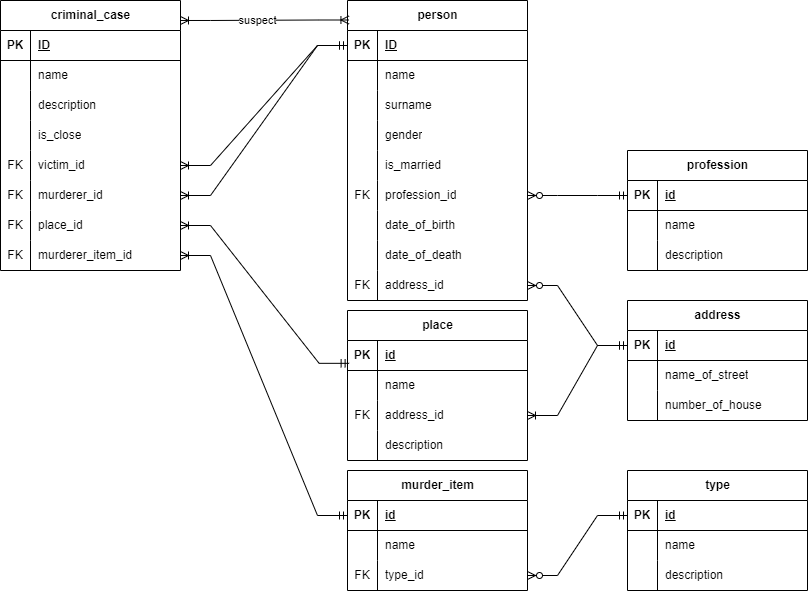
This is 1 year/DataBases/lab1/pictures/info.png from vnikolaenko-dev/ITMO, a draw.io export, as it was before one commit. Source tidied: cells renumbered, new cells last; positions are measured from the earlier drawing's top-left corner, leaving out a move shared by most shapes.
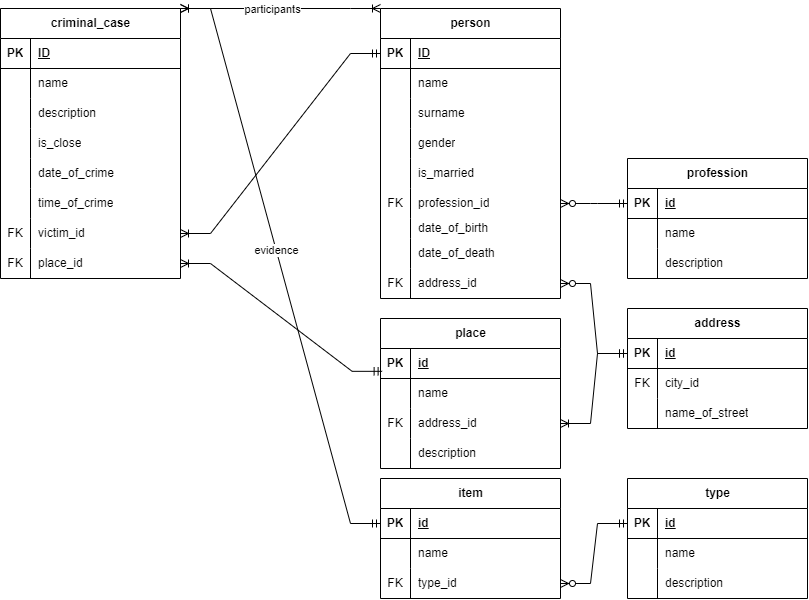
The same file after the commit.

Diff of the diagram source:
```diff
@@ -11,9 +11,6 @@
     <mxCell id="4" style="edgeStyle=entityRelationEdgeStyle;fontSize=12;html=1;endArrow=ERzeroToMany;startArrow=ERmandOne;rounded=0;" parent="1" edge="1" source="57" target="73">
       <mxGeometry relative="1" as="geometry" />
     </mxCell>
-    <mxCell id="5" style="edgeStyle=entityRelationEdgeStyle;fontSize=12;html=1;endArrow=ERoneToMany;startArrow=ERmandOne;rounded=0;exitX=0;exitY=0.5;exitDx=0;exitDy=0;entryX=1;entryY=0.5;entryDx=0;entryDy=0;" parent="1" edge="1" source="67" target="111">
-      <mxGeometry relative="1" as="geometry" />
-    </mxCell>
     <mxCell id="6" style="edgeStyle=entityRelationEdgeStyle;fontSize=12;html=1;endArrow=ERoneToMany;startArrow=ERmandOne;rounded=0;exitX=0.009;exitY=0.761;exitDx=0;exitDy=0;entryX=1;entryY=0.5;entryDx=0;entryDy=0;exitPerimeter=0;" parent="1" edge="1" source="77" target="108">
       <mxGeometry relative="1" as="geometry" />
     </mxCell>
@@ -21,7 +18,7 @@
       <mxGeometry relative="1" as="geometry" />
     </mxCell>
     <mxCell id="8" value="person" style="shape=table;startSize=30;rowLines=0;fontStyle=1;align=center;html=1;" parent="1" vertex="1">
-      <mxGeometry x="347" width="180" height="300" as="geometry" />
+      <mxGeometry x="380" width="180" height="290" as="geometry" />
     </mxCell>
     <mxCell id="9" style="shape=tableRow;horizontal=0;startSize=0;swimlaneHead=0;swimlaneBody=0;fillColor=none;points=[[0,0.5],[1,0.5]];portConstraint=eastwest;top=0;left=0;right=0;bottom=1;" parent="8" vertex="1">
       <mxGeometry y="30" width="180" height="30" as="geometry" />
@@ -78,16 +75,16 @@
       <mxGeometry x="30" width="150" height="30" as="geometry" />
     </mxCell>
     <mxCell id="27" style="shape=tableRow;horizontal=0;startSize=0;swimlaneHead=0;swimlaneBody=0;fillColor=none;top=0;left=0;right=0;bottom=0;" parent="8" vertex="1">
-      <mxGeometry y="210" width="180" height="30" as="geometry" />
+      <mxGeometry y="210" width="180" height="20" as="geometry" />
     </mxCell>
     <mxCell id="28" style="shape=partialRectangle;fillColor=none;top=0;left=0;bottom=0;right=0;overflow=hidden;whiteSpace=wrap;html=1;" parent="27" vertex="1">
-      <mxGeometry width="30" height="30" as="geometry" />
+      <mxGeometry width="30" height="20" as="geometry" />
     </mxCell>
     <mxCell id="29" value="date_of_birth" style="shape=partialRectangle;fillColor=none;top=0;left=0;bottom=0;right=0;align=left;spacingLeft=6;overflow=hidden;whiteSpace=wrap;html=1;" parent="27" vertex="1">
-      <mxGeometry x="30" width="150" height="30" as="geometry" />
+      <mxGeometry x="30" width="150" height="20" as="geometry" />
     </mxCell>
     <mxCell id="30" style="shape=tableRow;horizontal=0;startSize=0;swimlaneHead=0;swimlaneBody=0;fillColor=none;top=0;left=0;right=0;bottom=0;" parent="8" vertex="1">
-      <mxGeometry y="240" width="180" height="30" as="geometry" />
+      <mxGeometry y="230" width="180" height="30" as="geometry" />
     </mxCell>
     <mxCell id="31" style="shape=partialRectangle;fillColor=none;top=0;left=0;bottom=0;right=0;overflow=hidden;whiteSpace=wrap;html=1;" parent="30" vertex="1">
       <mxGeometry width="30" height="30" as="geometry" />
@@ -96,7 +93,7 @@
       <mxGeometry x="30" width="150" height="30" as="geometry" />
     </mxCell>
     <mxCell id="33" style="shape=tableRow;horizontal=0;startSize=0;swimlaneHead=0;swimlaneBody=0;fillColor=none;points=[[0,0.5],[1,0.5]];portConstraint=eastwest;top=0;left=0;right=0;bottom=0;" parent="8" vertex="1">
-      <mxGeometry y="270" width="180" height="30" as="geometry" />
+      <mxGeometry y="260" width="180" height="30" as="geometry" />
     </mxCell>
     <mxCell id="34" value="FK" style="shape=partialRectangle;fillColor=none;top=0;left=0;bottom=0;right=0;overflow=hidden;whiteSpace=wrap;html=1;" parent="33" vertex="1">
       <mxGeometry width="30" height="30" as="geometry" />
@@ -146,8 +143,17 @@
     <mxCell id="49" value="id" style="shape=partialRectangle;fillColor=none;top=0;left=0;bottom=0;right=0;align=left;spacingLeft=6;fontStyle=5;overflow=hidden;whiteSpace=wrap;html=1;" parent="47" vertex="1">
       <mxGeometry x="30" width="150" height="30" as="geometry" />
     </mxCell>
+    <mxCell id="118" style="shape=tableRow;horizontal=0;startSize=0;swimlaneHead=0;swimlaneBody=0;fillColor=none;top=0;left=0;right=0;bottom=0;" parent="46" vertex="1">
+      <mxGeometry y="60" width="180" height="30" as="geometry" />
+    </mxCell>
+    <mxCell id="119" value="FK" style="shape=partialRectangle;fillColor=none;top=0;left=0;bottom=0;right=0;overflow=hidden;whiteSpace=wrap;html=1;" parent="118" vertex="1">
+      <mxGeometry width="30" height="30" as="geometry" />
+    </mxCell>
+    <mxCell id="120" value="city_id" style="shape=partialRectangle;fillColor=none;top=0;left=0;bottom=0;right=0;align=left;spacingLeft=6;overflow=hidden;whiteSpace=wrap;html=1;" parent="118" vertex="1">
+      <mxGeometry x="30" width="150" height="30" as="geometry" />
+    </mxCell>
     <mxCell id="50" style="shape=tableRow;horizontal=0;startSize=0;swimlaneHead=0;swimlaneBody=0;fillColor=none;top=0;left=0;right=0;bottom=0;" parent="46" vertex="1">
-      <mxGeometry y="60" width="180" height="30" as="geometry" />
+      <mxGeometry y="90" width="180" height="30" as="geometry" />
     </mxCell>
     <mxCell id="51" style="shape=partialRectangle;fillColor=none;top=0;left=0;bottom=0;right=0;overflow=hidden;whiteSpace=wrap;html=1;" parent="50" vertex="1">
       <mxGeometry width="30" height="30" as="geometry" />
@@ -155,15 +161,6 @@
     <mxCell id="52" value="name_of_street" style="shape=partialRectangle;fillColor=none;top=0;left=0;bottom=0;right=0;align=left;spacingLeft=6;overflow=hidden;whiteSpace=wrap;html=1;" parent="50" vertex="1">
       <mxGeometry x="30" width="150" height="30" as="geometry" />
     </mxCell>
-    <mxCell id="53" style="shape=tableRow;horizontal=0;startSize=0;swimlaneHead=0;swimlaneBody=0;fillColor=none;top=0;left=0;right=0;bottom=0;" parent="46" vertex="1">
-      <mxGeometry y="90" width="180" height="30" as="geometry" />
-    </mxCell>
-    <mxCell id="54" style="shape=partialRectangle;fillColor=none;top=0;left=0;bottom=0;right=0;overflow=hidden;whiteSpace=wrap;html=1;" parent="53" vertex="1">
-      <mxGeometry width="30" height="30" as="geometry" />
-    </mxCell>
-    <mxCell id="55" value="number_of_house" style="shape=partialRectangle;fillColor=none;top=0;left=0;bottom=0;right=0;align=left;spacingLeft=6;overflow=hidden;whiteSpace=wrap;html=1;" parent="53" vertex="1">
-      <mxGeometry x="30" width="150" height="30" as="geometry" />
-    </mxCell>
     <mxCell id="56" value="type" style="shape=table;startSize=30;rowLines=0;fontStyle=1;align=center;html=1;" parent="1" vertex="1">
       <mxGeometry x="627" y="470" width="180" height="120" as="geometry" />
     </mxCell>
@@ -194,8 +191,8 @@
     <mxCell id="65" value="description" style="shape=partialRectangle;fillColor=none;top=0;left=0;bottom=0;right=0;align=left;spacingLeft=6;overflow=hidden;whiteSpace=wrap;html=1;" parent="63" vertex="1">
       <mxGeometry x="30" width="150" height="30" as="geometry" />
     </mxCell>
-    <mxCell id="66" value="murder_item" style="shape=table;startSize=30;rowLines=0;fontStyle=1;align=center;html=1;" parent="1" vertex="1">
-      <mxGeometry x="347" y="470" width="180" height="120" as="geometry" />
+    <mxCell id="66" value="item" style="shape=table;startSize=30;rowLines=0;fontStyle=1;align=center;html=1;" parent="1" vertex="1">
+      <mxGeometry x="380" y="470" width="180" height="120" as="geometry" />
     </mxCell>
     <mxCell id="67" style="shape=tableRow;horizontal=0;startSize=0;swimlaneHead=0;swimlaneBody=0;fillColor=none;points=[[0,0.5],[1,0.5]];portConstraint=eastwest;top=0;left=0;right=0;bottom=1;" parent="66" vertex="1">
       <mxGeometry y="30" width="180" height="30" as="geometry" />
@@ -225,7 +222,7 @@
       <mxGeometry x="30" width="150" height="30" as="geometry" />
     </mxCell>
     <mxCell id="76" value="place" style="shape=table;startSize=30;rowLines=0;fontStyle=1;align=center;html=1;" parent="1" vertex="1">
-      <mxGeometry x="347" y="310" width="180" height="150" as="geometry" />
+      <mxGeometry x="380" y="310" width="180" height="150" as="geometry" />
     </mxCell>
     <mxCell id="77" style="shape=tableRow;horizontal=0;startSize=0;swimlaneHead=0;swimlaneBody=0;fillColor=none;points=[[0,0.5],[1,0.5]];portConstraint=eastwest;top=0;left=0;right=0;bottom=1;" parent="76" vertex="1">
       <mxGeometry y="30" width="180" height="30" as="geometry" />
@@ -302,8 +299,26 @@
     <mxCell id="101" value="is_close" style="shape=partialRectangle;fillColor=none;top=0;left=0;bottom=0;right=0;align=left;spacingLeft=6;overflow=hidden;whiteSpace=wrap;html=1;" parent="99" vertex="1">
       <mxGeometry x="30" width="150" height="30" as="geometry" />
     </mxCell>
+    <mxCell id="121" style="shape=tableRow;horizontal=0;startSize=0;swimlaneHead=0;swimlaneBody=0;fillColor=none;top=0;left=0;right=0;bottom=0;" parent="89" vertex="1">
+      <mxGeometry y="150" width="180" height="30" as="geometry" />
+    </mxCell>
+    <mxCell id="122" style="shape=partialRectangle;fillColor=none;top=0;left=0;bottom=0;right=0;overflow=hidden;whiteSpace=wrap;html=1;" parent="121" vertex="1">
+      <mxGeometry width="30" height="30" as="geometry" />
+    </mxCell>
+    <mxCell id="123" value="date_of_crime" style="shape=partialRectangle;fillColor=none;top=0;left=0;bottom=0;right=0;align=left;spacingLeft=6;overflow=hidden;whiteSpace=wrap;html=1;" parent="121" vertex="1">
+      <mxGeometry x="30" width="150" height="30" as="geometry" />
+    </mxCell>
+    <mxCell id="105" style="shape=tableRow;horizontal=0;startSize=0;swimlaneHead=0;swimlaneBody=0;fillColor=none;points=[[0,0.5],[1,0.5]];portConstraint=eastwest;top=0;left=0;right=0;bottom=0;" parent="89" vertex="1">
+      <mxGeometry y="180" width="180" height="30" as="geometry" />
+    </mxCell>
+    <mxCell id="124" style="shape=partialRectangle;fillColor=none;top=0;left=0;bottom=0;right=0;overflow=hidden;whiteSpace=wrap;html=1;" parent="105" vertex="1">
+      <mxGeometry width="30" height="30" as="geometry" />
+    </mxCell>
+    <mxCell id="125" value="time_of_crime" style="shape=partialRectangle;fillColor=none;top=0;left=0;bottom=0;right=0;align=left;spacingLeft=6;overflow=hidden;whiteSpace=wrap;html=1;" parent="105" vertex="1">
+      <mxGeometry x="30" width="150" height="30" as="geometry" />
+    </mxCell>
     <mxCell id="102" style="shape=tableRow;horizontal=0;startSize=0;swimlaneHead=0;swimlaneBody=0;fillColor=none;points=[[0,0.5],[1,0.5]];portConstraint=eastwest;top=0;left=0;right=0;bottom=0;" parent="89" vertex="1">
-      <mxGeometry y="150" width="180" height="30" as="geometry" />
+      <mxGeometry y="210" width="180" height="30" as="geometry" />
     </mxCell>
     <mxCell id="103" value="FK" style="shape=partialRectangle;fillColor=none;top=0;left=0;bottom=0;right=0;overflow=hidden;whiteSpace=wrap;html=1;" parent="102" vertex="1">
       <mxGeometry width="30" height="30" as="geometry" />
@@ -311,17 +326,8 @@
     <mxCell id="104" value="victim_id" style="shape=partialRectangle;fillColor=none;top=0;left=0;bottom=0;right=0;align=left;spacingLeft=6;overflow=hidden;whiteSpace=wrap;html=1;" parent="102" vertex="1">
       <mxGeometry x="30" width="150" height="30" as="geometry" />
     </mxCell>
-    <mxCell id="105" style="shape=tableRow;horizontal=0;startSize=0;swimlaneHead=0;swimlaneBody=0;fillColor=none;points=[[0,0.5],[1,0.5]];portConstraint=eastwest;top=0;left=0;right=0;bottom=0;" parent="89" vertex="1">
-      <mxGeometry y="180" width="180" height="30" as="geometry" />
-    </mxCell>
-    <mxCell id="106" value="FK" style="shape=partialRectangle;fillColor=none;top=0;left=0;bottom=0;right=0;overflow=hidden;whiteSpace=wrap;html=1;" parent="105" vertex="1">
-      <mxGeometry width="30" height="30" as="geometry" />
-    </mxCell>
-    <mxCell id="107" value="murderer_id" style="shape=partialRectangle;fillColor=none;top=0;left=0;bottom=0;right=0;align=left;spacingLeft=6;overflow=hidden;whiteSpace=wrap;html=1;" parent="105" vertex="1">
-      <mxGeometry x="30" width="150" height="30" as="geometry" />
-    </mxCell>
     <mxCell id="108" style="shape=tableRow;horizontal=0;startSize=0;swimlaneHead=0;swimlaneBody=0;fillColor=none;points=[[0,0.5],[1,0.5]];portConstraint=eastwest;top=0;left=0;right=0;bottom=0;" parent="89" vertex="1">
-      <mxGeometry y="210" width="180" height="30" as="geometry" />
+      <mxGeometry y="240" width="180" height="30" as="geometry" />
     </mxCell>
     <mxCell id="109" value="FK" style="shape=partialRectangle;fillColor=none;top=0;left=0;bottom=0;right=0;overflow=hidden;whiteSpace=wrap;html=1;" parent="108" vertex="1">
       <mxGeometry width="30" height="30" as="geometry" />
@@ -329,26 +335,24 @@
     <mxCell id="110" value="place_id" style="shape=partialRectangle;fillColor=none;top=0;left=0;bottom=0;right=0;align=left;spacingLeft=6;overflow=hidden;whiteSpace=wrap;html=1;" parent="108" vertex="1">
       <mxGeometry x="30" width="150" height="30" as="geometry" />
     </mxCell>
-    <mxCell id="111" style="shape=tableRow;horizontal=0;startSize=0;swimlaneHead=0;swimlaneBody=0;fillColor=none;points=[[0,0.5],[1,0.5]];portConstraint=eastwest;top=0;left=0;right=0;bottom=0;" parent="89" vertex="1">
-      <mxGeometry y="240" width="180" height="30" as="geometry" />
-    </mxCell>
-    <mxCell id="112" value="FK" style="shape=partialRectangle;fillColor=none;top=0;left=0;bottom=0;right=0;overflow=hidden;whiteSpace=wrap;html=1;" parent="111" vertex="1">
-      <mxGeometry width="30" height="30" as="geometry" />
-    </mxCell>
-    <mxCell id="113" value="murderer_item_id" style="shape=partialRectangle;fillColor=none;top=0;left=0;bottom=0;right=0;align=left;spacingLeft=6;overflow=hidden;whiteSpace=wrap;html=1;" parent="111" vertex="1">
-      <mxGeometry x="30" width="150" height="30" as="geometry" />
-    </mxCell>
     <mxCell id="114" style="edgeStyle=entityRelationEdgeStyle;fontSize=12;html=1;endArrow=ERoneToMany;startArrow=ERmandOne;rounded=0;exitX=0;exitY=0.5;exitDx=0;exitDy=0;entryX=1;entryY=0.5;entryDx=0;entryDy=0;" parent="1" edge="1" source="9" target="102">
       <mxGeometry relative="1" as="geometry" />
     </mxCell>
-    <mxCell id="115" style="edgeStyle=entityRelationEdgeStyle;fontSize=12;html=1;endArrow=ERoneToMany;startArrow=ERmandOne;rounded=0;exitX=0;exitY=0.5;exitDx=0;exitDy=0;entryX=1;entryY=0.5;entryDx=0;entryDy=0;" parent="1" edge="1" source="9" target="105">
-      <mxGeometry relative="1" as="geometry" />
-    </mxCell>
-    <mxCell id="116" style="edgeStyle=entityRelationEdgeStyle;fontSize=12;html=1;endArrow=ERoneToMany;startArrow=ERoneToMany;rounded=0;exitX=1;exitY=0.074;exitDx=0;exitDy=0;exitPerimeter=0;entryX=0.008;entryY=0.065;entryDx=0;entryDy=0;entryPerimeter=0;" parent="1" edge="1" source="89" target="8">
+    <mxCell id="116" style="edgeStyle=entityRelationEdgeStyle;fontSize=12;html=1;endArrow=ERoneToMany;startArrow=ERoneToMany;rounded=0;exitX=1;exitY=0;exitDx=0;exitDy=0;entryX=0;entryY=0;entryDx=0;entryDy=0;" parent="1" edge="1" source="89" target="8">
       <mxGeometry relative="1" as="geometry" />
     </mxCell>
-    <mxCell id="117" value="suspect" style="edgeLabel;html=1;align=center;verticalAlign=middle;" parent="116" vertex="1">
+    <mxCell id="117" value="participants" style="edgeLabel;html=1;align=center;verticalAlign=middle;" parent="116" vertex="1">
       <mxGeometry x="-0.09" relative="1" as="geometry" />
     </mxCell>
+    <mxCell id="126" style="edgeStyle=entityRelationEdgeStyle;fontSize=12;html=1;endArrow=ERoneToMany;startArrow=ERmandOne;rounded=0;entryX=1;entryY=0;entryDx=0;entryDy=0;exitX=0;exitY=0.5;exitDx=0;exitDy=0;" parent="1" edge="1" source="67" target="89">
+      <mxGeometry relative="1" as="geometry">
+        <Array as="points">
+          <mxPoint x="10" y="260" />
+        </Array>
+      </mxGeometry>
+    </mxCell>
+    <mxCell id="127" value="evidence" style="edgeLabel;html=1;align=center;verticalAlign=middle;" parent="126" vertex="1">
+      <mxGeometry x="0.06" relative="1" as="geometry" />
+    </mxCell>
   </root>
 </mxGraphModel>
```
